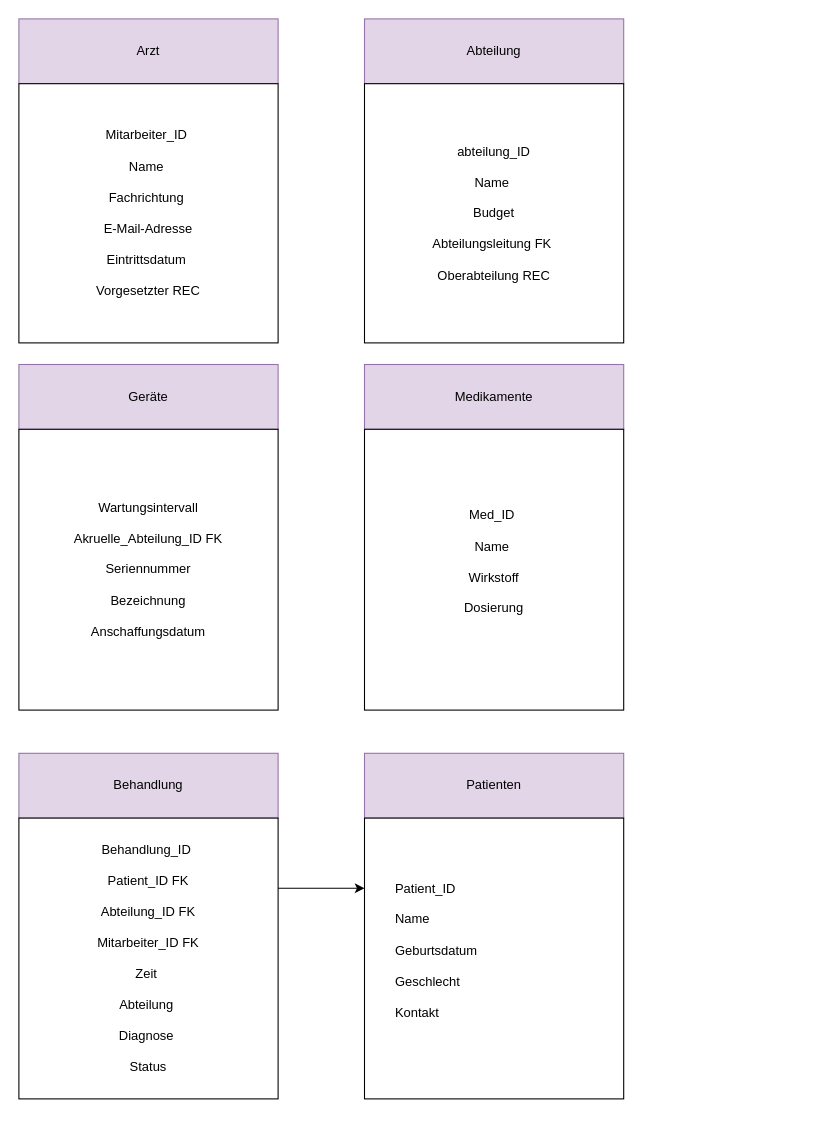
The draw.io diagram aufgabe04/Aufgabe_B.drawio in contraintuitiv/datenbanksysteme, before the edit. Source tidied: cells renumbered, new cells numbered last; positions are measured from the earlier drawing's top-left corner, leaving out a move shared by most shapes. Both pictures are drawn from the tidied source at 108%, with x=0, y=0 at pixel (18, 18).
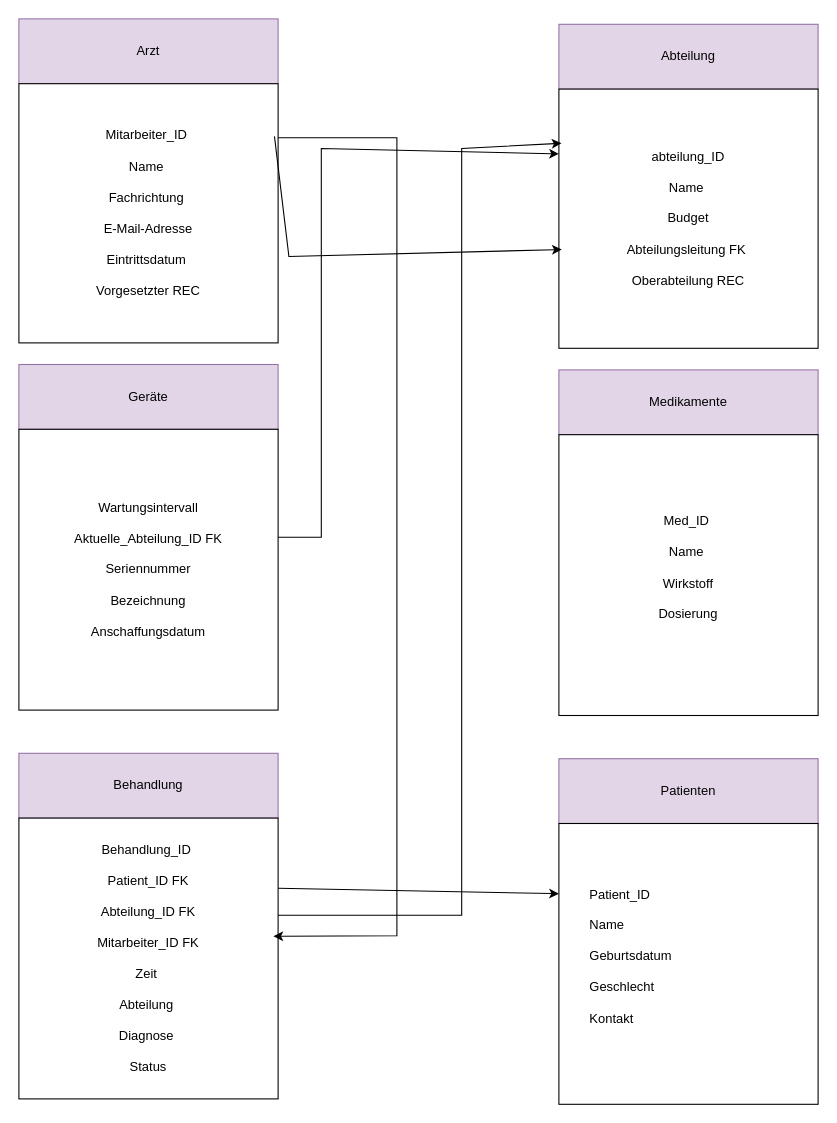
Above is the later version.

Unchanged cells that the change refers to:
```xml
<mxCell id="3" value="Mitarbeiter_ID&amp;nbsp;&lt;div&gt;&lt;br&gt;&lt;div&gt;Name&amp;nbsp;&lt;/div&gt;&lt;div&gt;&lt;br&gt;&lt;/div&gt;&lt;div&gt;Fachrichtung&amp;nbsp;&lt;/div&gt;&lt;div&gt;&lt;br&gt;&lt;/div&gt;&lt;div&gt;E-Mail-Adresse&lt;/div&gt;&lt;div&gt;&lt;br&gt;&lt;/div&gt;&lt;div&gt;Eintrittsdatum&amp;nbsp;&lt;/div&gt;&lt;div&gt;&lt;br&gt;&lt;/div&gt;&lt;div&gt;Vorgesetzter REC&lt;/div&gt;&lt;/div&gt;" style="whiteSpace=wrap;html=1;" parent="1" vertex="1">
  <mxGeometry y="60" width="240" height="240" as="geometry" />
</mxCell>
<mxCell id="12" value="&lt;div&gt;Behandlung_ID&amp;nbsp;&lt;/div&gt;&lt;div&gt;&lt;br&gt;&lt;/div&gt;&lt;div&gt;Patient_ID FK&lt;/div&gt;&lt;div&gt;&lt;br&gt;&lt;/div&gt;&lt;div&gt;Abteilung_ID FK&lt;/div&gt;&lt;div&gt;&lt;br&gt;&lt;/div&gt;&lt;div&gt;Mitarbeiter_ID FK&lt;/div&gt;&lt;div&gt;&lt;br&gt;&lt;/div&gt;&lt;div&gt;Zeit&amp;nbsp;&lt;/div&gt;&lt;div&gt;&lt;br&gt;&lt;/div&gt;&lt;div&gt;Abteilung&amp;nbsp;&lt;/div&gt;&lt;div&gt;&lt;br&gt;&lt;/div&gt;&lt;div&gt;Diagnose&amp;nbsp;&lt;/div&gt;&lt;div&gt;&lt;br&gt;&lt;/div&gt;&lt;div&gt;Status&lt;/div&gt;" style="rounded=0;whiteSpace=wrap;html=1;" parent="1" vertex="1">
  <mxGeometry y="740" width="240" height="260" as="geometry" />
</mxCell>
```

The edit, as a diff of the source:
```diff
@@
     <mxCell id="4" value="Abteilung" style="rounded=0;whiteSpace=wrap;html=1;fillColor=#e1d5e7;strokeColor=#9673a6;" parent="1" vertex="1">
-      <mxGeometry x="320" width="240" height="60" as="geometry" />
+      <mxGeometry x="500" y="5" width="240" height="60" as="geometry" />
     </mxCell>
     <mxCell id="5" value="abteilung_ID&lt;div&gt;&lt;br&gt;&lt;/div&gt;&lt;div&gt;Name&amp;nbsp;&lt;/div&gt;&lt;div&gt;&lt;br&gt;&lt;/div&gt;&lt;div&gt;Budget&lt;/div&gt;&lt;div&gt;&lt;br&gt;&lt;/div&gt;&lt;div&gt;Abteilungsleitung FK&amp;nbsp;&lt;/div&gt;&lt;div&gt;&lt;br&gt;&lt;/div&gt;&lt;div&gt;Oberabteilung REC&lt;/div&gt;" style="whiteSpace=wrap;html=1;" parent="1" vertex="1">
-      <mxGeometry x="320" y="60" width="240" height="240" as="geometry" />
+      <mxGeometry x="500" y="65" width="240" height="240" as="geometry" />
     </mxCell>
@@
     <mxCell id="7" value="Medikamente" style="rounded=0;whiteSpace=wrap;html=1;fillColor=#e1d5e7;strokeColor=#9673a6;" parent="1" vertex="1">
-      <mxGeometry x="320" y="320" width="240" height="60" as="geometry" />
+      <mxGeometry x="500" y="325" width="240" height="60" as="geometry" />
     </mxCell>
     <mxCell id="8" value="Med_ID&amp;nbsp;&lt;div&gt;&lt;br&gt;&lt;/div&gt;&lt;div&gt;Name&amp;nbsp;&lt;/div&gt;&lt;div&gt;&lt;br&gt;&lt;/div&gt;&lt;div&gt;Wirkstoff&lt;/div&gt;&lt;div&gt;&lt;br&gt;&lt;/div&gt;&lt;div&gt;Dosierung&lt;/div&gt;&lt;div&gt;&lt;br&gt;&lt;/div&gt;" style="rounded=0;whiteSpace=wrap;html=1;" parent="1" vertex="1">
-      <mxGeometry x="320" y="380" width="240" height="260" as="geometry" />
+      <mxGeometry x="500" y="385" width="240" height="260" as="geometry" />
     </mxCell>
-    <mxCell id="9" value="Wartungsintervall&lt;div&gt;&lt;br&gt;&lt;/div&gt;&lt;div&gt;Akruelle_Abteilung_ID FK&lt;/div&gt;&lt;div&gt;&lt;br&gt;&lt;/div&gt;&lt;div&gt;Seriennummer&lt;/div&gt;&lt;div&gt;&lt;br&gt;&lt;/div&gt;&lt;div&gt;Bezeichnung&lt;/div&gt;&lt;div&gt;&lt;br&gt;&lt;/div&gt;&lt;div&gt;Anschaffungsdatum&lt;/div&gt;" style="rounded=0;whiteSpace=wrap;html=1;" parent="1" vertex="1">
+    <mxCell id="9" value="Wartungsintervall&lt;div&gt;&lt;br&gt;&lt;/div&gt;&lt;div&gt;Aktuelle_Abteilung_ID FK&lt;/div&gt;&lt;div&gt;&lt;br&gt;&lt;/div&gt;&lt;div&gt;Seriennummer&lt;/div&gt;&lt;div&gt;&lt;br&gt;&lt;/div&gt;&lt;div&gt;Bezeichnung&lt;/div&gt;&lt;div&gt;&lt;br&gt;&lt;/div&gt;&lt;div&gt;Anschaffungsdatum&lt;/div&gt;" style="rounded=0;whiteSpace=wrap;html=1;" parent="1" vertex="1">
       <mxGeometry y="380" width="240" height="260" as="geometry" />
     </mxCell>
@@
     <mxCell id="11" value="Patienten" style="rounded=0;whiteSpace=wrap;html=1;fillColor=#e1d5e7;strokeColor=#9673a6;" parent="1" vertex="1">
-      <mxGeometry x="320" y="680" width="240" height="60" as="geometry" />
+      <mxGeometry x="500" y="685" width="240" height="60" as="geometry" />
     </mxCell>
@@
     <mxCell id="13" value="&lt;div&gt;&lt;span style=&quot;white-space: pre;&quot;&gt;&#9;&lt;/span&gt;Patient_ID&lt;/div&gt;&lt;div&gt;&lt;br&gt;&lt;/div&gt;&lt;div&gt;&lt;span style=&quot;white-space: pre;&quot;&gt;&#9;&lt;/span&gt;Name&amp;nbsp;&lt;/div&gt;&lt;div&gt;&lt;br&gt;&lt;/div&gt;&lt;div&gt;&lt;span style=&quot;white-space: pre;&quot;&gt;&#9;&lt;/span&gt;Geburtsdatum&amp;nbsp;&lt;/div&gt;&lt;div&gt;&lt;br&gt;&lt;/div&gt;&lt;div&gt;&lt;span style=&quot;white-space: pre;&quot;&gt;&#9;&lt;/span&gt;Geschlecht&amp;nbsp;&lt;/div&gt;&lt;div&gt;&lt;br&gt;&lt;/div&gt;&lt;div&gt;&lt;span style=&quot;white-space: pre;&quot;&gt;&#9;&lt;/span&gt;Kontakt&amp;nbsp;&lt;/div&gt;&lt;div&gt;&lt;br&gt;&lt;/div&gt;" style="rounded=0;whiteSpace=wrap;html=1;align=left;" parent="1" vertex="1">
-      <mxGeometry x="320" y="740" width="240" height="260" as="geometry" />
+      <mxGeometry x="500" y="745" width="240" height="260" as="geometry" />
     </mxCell>
@@
+    <mxCell id="15" style="endArrow=classic;html=1;rounded=0;exitX=0.986;exitY=0.203;exitDx=0;exitDy=0;exitPerimeter=0;entryX=0.011;entryY=0.619;entryDx=0;entryDy=0;entryPerimeter=0;" parent="1" edge="1" source="3" target="5">
+      <mxGeometry relative="1" as="geometry">
+        <Array as="points">
+          <mxPoint x="250" y="220" />
+        </Array>
+      </mxGeometry>
+    </mxCell>
+    <mxCell id="16" style="endArrow=classic;html=1;rounded=0;entryX=0;entryY=0.25;entryDx=0;entryDy=0;" parent="1" edge="1" target="5">
+      <mxGeometry relative="1" as="geometry">
+        <mxPoint x="240" y="480" as="sourcePoint" />
+        <Array as="points">
+          <mxPoint x="280" y="480" />
+          <mxPoint x="280" y="150" />
+          <mxPoint x="280" y="120" />
+        </Array>
+      </mxGeometry>
+    </mxCell>
+    <mxCell id="17" style="endArrow=classic;html=1;rounded=0;entryX=0.01;entryY=0.209;entryDx=0;entryDy=0;entryPerimeter=0;" parent="1" edge="1" target="5">
+      <mxGeometry relative="1" as="geometry">
+        <mxPoint x="240" y="830" as="sourcePoint" />
+        <Array as="points">
+          <mxPoint x="410" y="830" />
+          <mxPoint x="410" y="120" />
+        </Array>
+      </mxGeometry>
+    </mxCell>
+    <mxCell id="18" style="endArrow=classic;html=1;rounded=0;entryX=0.982;entryY=0.421;entryDx=0;entryDy=0;entryPerimeter=0;" parent="1" edge="1" target="12">
+      <mxGeometry relative="1" as="geometry">
+        <mxPoint x="240" y="110" as="sourcePoint" />
+        <Array as="points">
+          <mxPoint x="350" y="110" />
+          <mxPoint x="350" y="849" />
+        </Array>
+      </mxGeometry>
+    </mxCell>
```
